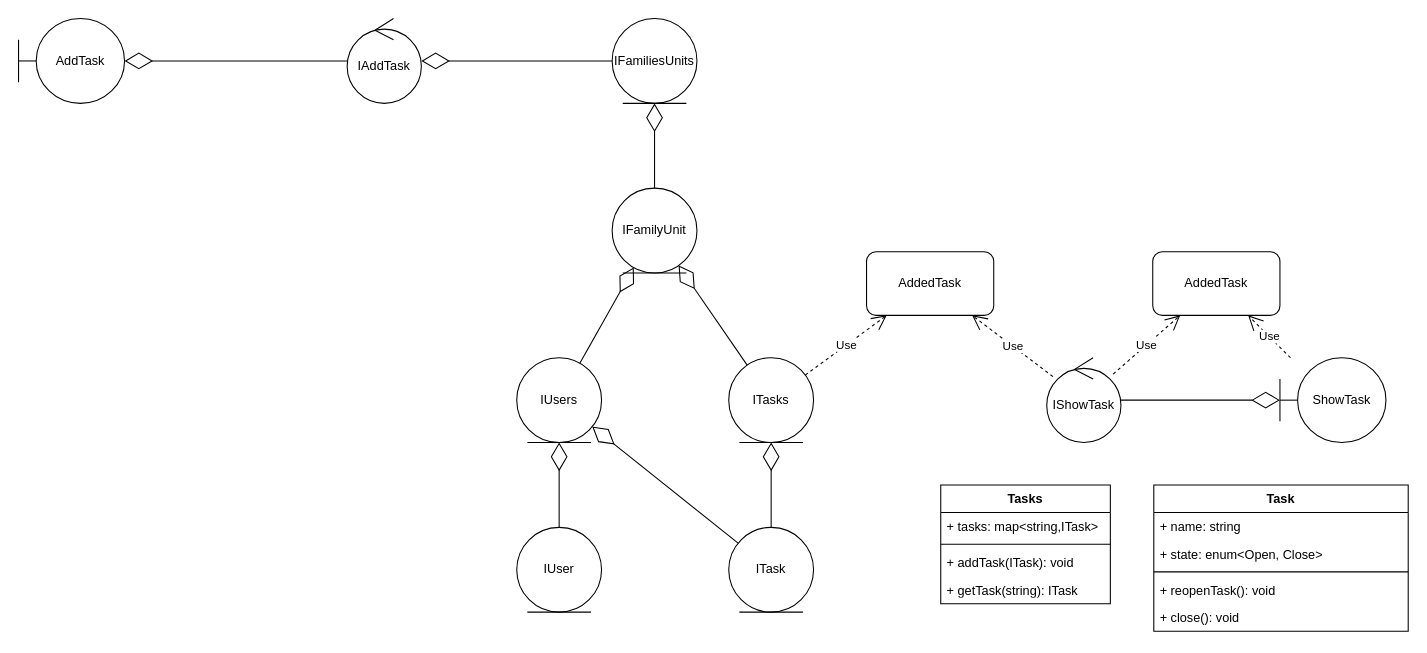
The draw.io diagram page "AddTask" (4 of 8) of taskPlanning/planningTaskRenovate.drawio in avillanuevao/PlanningTask, before the edit. Source tidied: cells renumbered, new cells numbered last; positions are measured from the earlier drawing's top-left corner, leaving out a move shared by most shapes. Both pictures are drawn from the tidied source at 106%, with x=0, y=0 at pixel (18, 18).
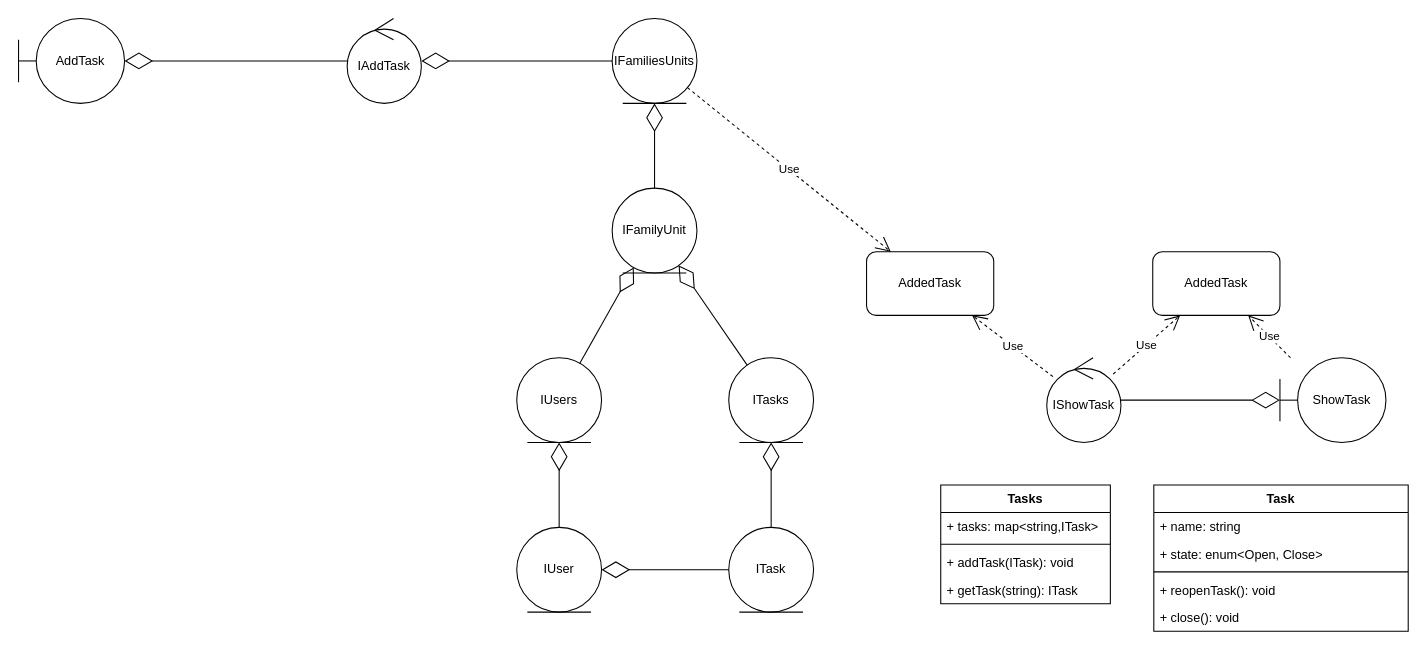
After the change.

Unchanged cells that the change refers to:
```xml
<mxCell id="4" value="IFamiliesUnits" style="ellipse;shape=umlEntity;whiteSpace=wrap;html=1;" parent="1" vertex="1">
  <mxGeometry x="560" width="80" height="80" as="geometry" />
</mxCell>
<mxCell id="9" value="IUsers" style="ellipse;shape=umlEntity;whiteSpace=wrap;html=1;" parent="1" vertex="1">
  <mxGeometry x="470" y="320" width="80" height="80" as="geometry" />
</mxCell>
<mxCell id="10" value="ITasks" style="ellipse;shape=umlEntity;whiteSpace=wrap;html=1;" parent="1" vertex="1">
  <mxGeometry x="670" y="320" width="80" height="80" as="geometry" />
</mxCell>
<mxCell id="11" value="IUser" style="ellipse;shape=umlEntity;whiteSpace=wrap;html=1;" parent="1" vertex="1">
  <mxGeometry x="470" y="480" width="80" height="80" as="geometry" />
</mxCell>
<mxCell id="12" value="ITask" style="ellipse;shape=umlEntity;whiteSpace=wrap;html=1;" parent="1" vertex="1">
  <mxGeometry x="670" y="480" width="80" height="80" as="geometry" />
</mxCell>
<mxCell id="17" value="AddedTask" style="rounded=1;whiteSpace=wrap;html=1;" parent="1" vertex="1">
  <mxGeometry x="800" y="220" width="120" height="60" as="geometry" />
</mxCell>
```

The edit, as a diff of the source:
```diff
@@
-    <mxCell id="25" value="Use" style="endArrow=open;endSize=12;dashed=1;html=1;rounded=0;" parent="1" edge="1" source="10" target="17">
+    <mxCell id="25" value="Use" style="endArrow=open;endSize=12;dashed=1;html=1;rounded=0;" parent="1" edge="1" source="4" target="17">
       <mxGeometry relative="1" as="geometry" />
     </mxCell>
-    <mxCell id="26" style="endArrow=diamondThin;endFill=0;endSize=24;html=1;rounded=0;" parent="1" edge="1" source="12" target="9">
+    <mxCell id="26" style="endArrow=diamondThin;endFill=0;endSize=24;html=1;rounded=0;" parent="1" edge="1" source="12" target="11">
       <mxGeometry relative="1" as="geometry" />
     </mxCell>
```
